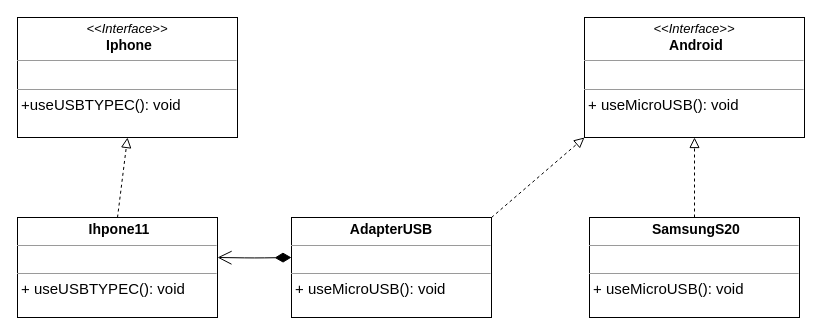
MaksShadows/Patterns keeps this draw.io diagram as structural/adapter/adapter.drawio. Above is the earlier version. Source tidied: cells renumbered, new cells numbered last; positions are measured from the earlier drawing's top-left corner, leaving out a move shared by most shapes. Both pictures are drawn from the tidied source at 100%, with x=0, y=0 at pixel (17, 17).
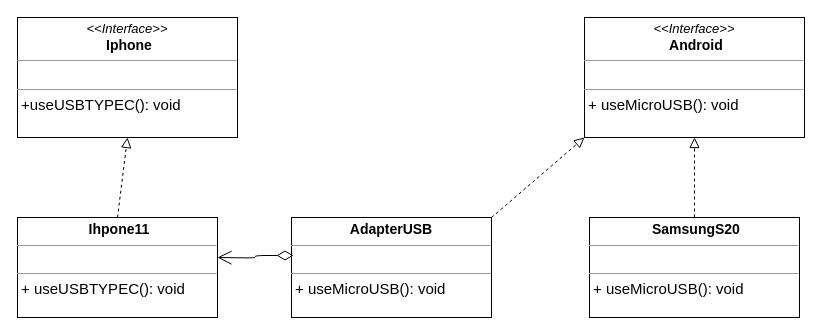
The same diagram, later.

Change to the diagram source:
```diff
@@
 <mxGraphModel>
   <root>
     <mxCell id="0" />
     <mxCell id="1" parent="0" />
     <mxCell id="2" value="&lt;p style=&quot;margin: 4px 0px 0px ; text-align: center&quot;&gt;&lt;i style=&quot;font-size: 13px&quot;&gt;&amp;lt;&amp;lt;Interface&amp;gt;&amp;gt;&lt;/i&gt;&lt;br&gt;&lt;span style=&quot;font-size: 14px&quot;&gt;&lt;b&gt;&amp;nbsp;Iphone&lt;/b&gt;&lt;/span&gt;&lt;br&gt;&lt;/p&gt;&lt;hr size=&quot;1&quot; style=&quot;font-size: 14px&quot;&gt;&lt;p style=&quot;margin: 0px ; margin-left: 4px&quot;&gt;&lt;br&gt;&lt;/p&gt;&lt;hr size=&quot;1&quot;&gt;&lt;p style=&quot;margin: 0px 0px 0px 4px&quot;&gt;&lt;font style=&quot;font-size: 15px&quot;&gt;+useUSBTYPEC(): void&lt;/font&gt;&lt;br&gt;&lt;/p&gt;" style="verticalAlign=top;align=left;overflow=fill;fontSize=12;fontFamily=Helvetica;html=1;" parent="1" vertex="1">
       <mxGeometry width="220" height="120" as="geometry" />
     </mxCell>
     <mxCell id="3" value="&lt;p style=&quot;margin: 4px 0px 0px ; text-align: center&quot;&gt;&lt;span style=&quot;font-size: 14px&quot;&gt;&lt;b&gt;&amp;nbsp;&lt;/b&gt;&lt;/span&gt;&lt;b style=&quot;font-size: 14px&quot;&gt;SamsungS20&lt;/b&gt;&lt;/p&gt;&lt;hr size=&quot;1&quot; style=&quot;font-size: 14px&quot;&gt;&lt;p style=&quot;margin: 0px ; margin-left: 4px&quot;&gt;&lt;br&gt;&lt;/p&gt;&lt;hr size=&quot;1&quot;&gt;&lt;p style=&quot;margin: 0px 0px 0px 4px&quot;&gt;&lt;font style=&quot;font-size: 15px&quot;&gt;+ u&lt;/font&gt;&lt;span style=&quot;font-size: 15px&quot;&gt;seMicroUSB()&lt;/span&gt;&lt;span style=&quot;font-size: 15px&quot;&gt;: void&lt;/span&gt;&lt;/p&gt;" style="verticalAlign=top;align=left;overflow=fill;fontSize=12;fontFamily=Helvetica;html=1;" parent="1" vertex="1">
       <mxGeometry x="572" y="200" width="210" height="100" as="geometry" />
     </mxCell>
     <mxCell id="4" value="&lt;p style=&quot;margin: 4px 0px 0px ; text-align: center&quot;&gt;&lt;span style=&quot;font-size: 14px&quot;&gt;&lt;b&gt;&amp;nbsp;Ihpone11&lt;/b&gt;&lt;/span&gt;&lt;br&gt;&lt;/p&gt;&lt;hr size=&quot;1&quot; style=&quot;font-size: 14px&quot;&gt;&lt;p style=&quot;margin: 0px ; margin-left: 4px&quot;&gt;&lt;br&gt;&lt;/p&gt;&lt;hr size=&quot;1&quot;&gt;&lt;p style=&quot;margin: 0px 0px 0px 4px&quot;&gt;&lt;font style=&quot;font-size: 15px&quot;&gt;+ useUSBTYPEC(): void&lt;/font&gt;&lt;br&gt;&lt;/p&gt;" style="verticalAlign=top;align=left;overflow=fill;fontSize=12;fontFamily=Helvetica;html=1;" parent="1" vertex="1">
       <mxGeometry y="200" width="200" height="100" as="geometry" />
     </mxCell>
     <mxCell id="5" value="&lt;p style=&quot;margin: 4px 0px 0px ; text-align: center&quot;&gt;&lt;i style=&quot;font-size: 13px&quot;&gt;&amp;lt;&amp;lt;Interface&amp;gt;&amp;gt;&lt;/i&gt;&lt;br&gt;&lt;span style=&quot;font-size: 14px&quot;&gt;&lt;b&gt;&amp;nbsp;Android&lt;/b&gt;&lt;/span&gt;&lt;br&gt;&lt;/p&gt;&lt;hr size=&quot;1&quot; style=&quot;font-size: 14px&quot;&gt;&lt;p style=&quot;margin: 0px ; margin-left: 4px&quot;&gt;&lt;br&gt;&lt;/p&gt;&lt;hr size=&quot;1&quot;&gt;&lt;p style=&quot;margin: 0px 0px 0px 4px&quot;&gt;&lt;font style=&quot;font-size: 15px&quot;&gt;+ u&lt;/font&gt;&lt;span style=&quot;font-size: 15px&quot;&gt;seMicroUSB&lt;/span&gt;&lt;span style=&quot;font-size: 15px&quot;&gt;(): void&lt;/span&gt;&lt;/p&gt;" style="verticalAlign=top;align=left;overflow=fill;fontSize=12;fontFamily=Helvetica;html=1;" parent="1" vertex="1">
       <mxGeometry x="567" width="220" height="120" as="geometry" />
     </mxCell>
     <mxCell id="6" value="&lt;p style=&quot;margin: 4px 0px 0px ; text-align: center&quot;&gt;&lt;span style=&quot;font-size: 14px&quot;&gt;&lt;b&gt;&amp;nbsp;&lt;/b&gt;&lt;/span&gt;&lt;b style=&quot;font-size: 14px&quot;&gt;AdapterUSB&amp;nbsp;&lt;/b&gt;&lt;/p&gt;&lt;hr size=&quot;1&quot; style=&quot;font-size: 14px&quot;&gt;&lt;p style=&quot;margin: 0px ; margin-left: 4px&quot;&gt;&lt;br&gt;&lt;/p&gt;&lt;hr size=&quot;1&quot;&gt;&lt;p style=&quot;margin: 0px 0px 0px 4px&quot;&gt;&lt;font style=&quot;font-size: 15px&quot;&gt;+ useMicroUSB(): void&lt;/font&gt;&lt;br&gt;&lt;/p&gt;" style="verticalAlign=top;align=left;overflow=fill;fontSize=12;fontFamily=Helvetica;html=1;" parent="1" vertex="1">
       <mxGeometry x="274" y="200" width="200" height="100" as="geometry" />
     </mxCell>
-    <mxCell id="7" style="endArrow=open;html=1;endSize=12;startArrow=diamondThin;startSize=14;startFill=1;edgeStyle=orthogonalEdgeStyle;align=left;verticalAlign=bottom;entryX=1;entryY=0.4;entryDx=0;entryDy=0;entryPerimeter=0;" parent="1" edge="1" target="4">
-      <mxGeometry x="-0.75" y="50" relative="1" as="geometry">
-        <mxPoint x="274" y="240" as="sourcePoint" />
-      </mxGeometry>
-    </mxCell>
     <mxCell id="8" style="endArrow=block;startArrow=none;endFill=0;startFill=0;endSize=8;html=1;verticalAlign=bottom;dashed=1;labelBackgroundColor=none;exitX=0.5;exitY=0;exitDx=0;exitDy=0;entryX=0.5;entryY=1;entryDx=0;entryDy=0;" parent="1" edge="1" source="4" target="2">
       <mxGeometry relative="1" as="geometry" />
     </mxCell>
     <mxCell id="9" style="endArrow=block;startArrow=none;endFill=0;startFill=0;endSize=8;html=1;verticalAlign=bottom;dashed=1;labelBackgroundColor=none;exitX=1;exitY=0;exitDx=0;exitDy=0;entryX=0;entryY=1;entryDx=0;entryDy=0;" parent="1" edge="1" source="6" target="5">
       <mxGeometry relative="1" as="geometry" />
     </mxCell>
     <mxCell id="10" style="endArrow=block;startArrow=none;endFill=0;startFill=0;endSize=8;html=1;verticalAlign=bottom;dashed=1;labelBackgroundColor=none;exitX=0.5;exitY=0;exitDx=0;exitDy=0;entryX=0.5;entryY=1;entryDx=0;entryDy=0;" parent="1" edge="1" source="3" target="5">
       <mxGeometry relative="1" as="geometry" />
     </mxCell>
+    <mxCell id="11" style="endArrow=open;html=1;endSize=12;startArrow=diamondThin;startSize=14;startFill=0;edgeStyle=orthogonalEdgeStyle;align=left;verticalAlign=bottom;exitX=0.01;exitY=0.38;exitDx=0;exitDy=0;exitPerimeter=0;" parent="1" edge="1" source="6">
+      <mxGeometry x="0.33" y="40" relative="1" as="geometry">
+        <mxPoint x="200" y="240" as="targetPoint" />
+      </mxGeometry>
+    </mxCell>
   </root>
 </mxGraphModel>
```
